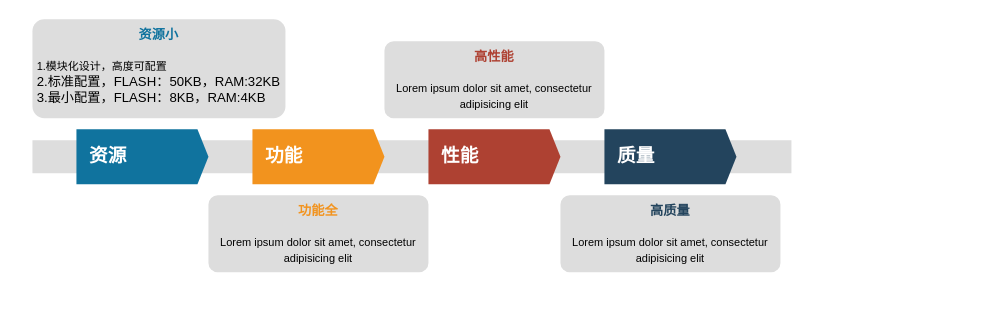
peng-fan/drawio keeps this draw.io diagram as page "第 7 页" (7 of 8) of draw/ppt.drawio. Above is the earlier version. Source tidied: cells renumbered, new cells numbered last; positions are measured from the earlier drawing's top-left corner, leaving out a move shared by most shapes. Both pictures are drawn from the tidied source at 110%, with x=0, y=0 at pixel (32, 19).
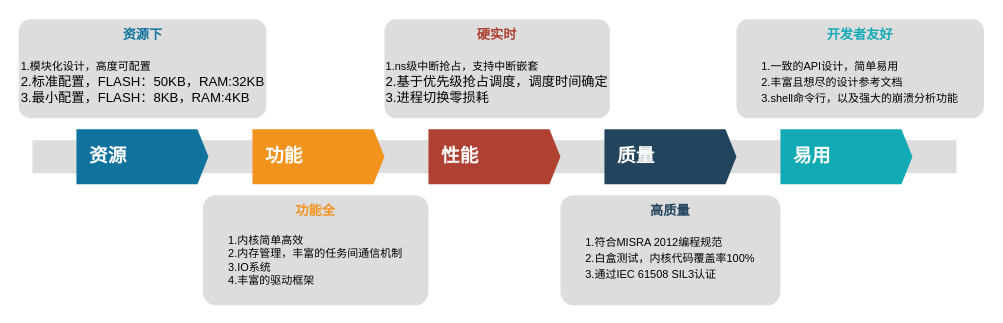
The same diagram, later.

The edit, as a diff of the source:
```diff
@@
 <mxGraphModel>
   <root>
     <mxCell id="0" />
     <mxCell id="1" parent="0" />
-    <mxCell id="2" style="fillColor=#dddddd;rounded=0;strokeColor=none;" parent="1" vertex="1">
-      <mxGeometry y="110" width="690" height="30" as="geometry" />
-    </mxCell>
+    <mxCell id="11" style="fillColor=#dddddd;rounded=0;strokeColor=none;align=center;" parent="1" vertex="1">
+      <mxGeometry y="110" width="840" height="30" as="geometry" />
+    </mxCell>
     <mxCell id="3" value="资源" style="shape=mxgraph.infographic.ribbonSimple;notch1=0;notch2=10;notch=0;html=1;fillColor=#10739E;strokeColor=none;shadow=0;fontSize=17;fontColor=#FFFFFF;align=left;spacingLeft=10;fontStyle=1;" parent="1" vertex="1">
       <mxGeometry x="40" y="100" width="120" height="50" as="geometry" />
     </mxCell>
     <mxCell id="4" value="功能" style="shape=mxgraph.infographic.ribbonSimple;notch1=0;notch2=10;notch=0;html=1;fillColor=#F2931E;strokeColor=none;shadow=0;fontSize=17;fontColor=#FFFFFF;align=left;spacingLeft=10;fontStyle=1;" parent="1" vertex="1">
       <mxGeometry x="200" y="100" width="120" height="50" as="geometry" />
     </mxCell>
     <mxCell id="5" value="性能" style="shape=mxgraph.infographic.ribbonSimple;notch1=0;notch2=10;notch=0;html=1;fillColor=#AE4132;strokeColor=none;shadow=0;fontSize=17;fontColor=#FFFFFF;align=left;spacingLeft=10;fontStyle=1;" parent="1" vertex="1">
       <mxGeometry x="360" y="100" width="120" height="50" as="geometry" />
     </mxCell>
     <mxCell id="6" value="质量" style="shape=mxgraph.infographic.ribbonSimple;notch1=0;notch2=10;notch=0;html=1;fillColor=#23445D;strokeColor=none;shadow=0;fontSize=17;fontColor=#FFFFFF;align=left;spacingLeft=10;fontStyle=1;" parent="1" vertex="1">
       <mxGeometry x="520" y="100" width="120" height="50" as="geometry" />
     </mxCell>
-    <mxCell id="7" value="&lt;blockquote style=&quot;margin: 0 0 0 40px ; border: none ; padding: 0px&quot;&gt;&lt;/blockquote&gt;&lt;b style=&quot;color: rgb(16 , 115 , 158)&quot;&gt;资源小&lt;br&gt;&lt;/b&gt;&lt;br&gt;&lt;div style=&quot;text-align: left&quot;&gt;&lt;span style=&quot;font-size: x-small&quot;&gt;1.模块化设计，高度可配置&lt;/span&gt;&lt;/div&gt;&lt;span&gt;&lt;div style=&quot;text-align: left&quot;&gt;&lt;span&gt;2.标准配置，FLASH：50KB，RAM:32KB&lt;/span&gt;&lt;/div&gt;&lt;/span&gt;&lt;font&gt;&lt;div style=&quot;text-align: left&quot;&gt;&lt;span&gt;3.最小配置，FLASH：8KB，RAM:4KB&lt;/span&gt;&lt;/div&gt;&lt;/font&gt;" style="rounded=1;strokeColor=none;fillColor=#DDDDDD;align=center;arcSize=12;verticalAlign=top;whiteSpace=wrap;html=1;fontSize=12;" parent="1" vertex="1">
-      <mxGeometry width="230" height="90" as="geometry" />
-    </mxCell>
-    <mxCell id="8" value="&lt;font style=&quot;font-size: 10px&quot;&gt;&lt;font style=&quot;font-size: 12px&quot; color=&quot;#F2931E&quot;&gt;&lt;b&gt;功能全&lt;/b&gt;&lt;/font&gt;&lt;br&gt;&lt;br&gt;&lt;font size=&quot;1&quot;&gt;Lorem ipsum dolor sit amet, consectetur adipisicing elit&lt;/font&gt;&lt;/font&gt;" style="rounded=1;strokeColor=none;fillColor=#DDDDDD;align=center;arcSize=12;verticalAlign=top;whiteSpace=wrap;html=1;fontSize=12;" parent="1" vertex="1">
-      <mxGeometry x="160" y="160" width="200" height="70" as="geometry" />
-    </mxCell>
-    <mxCell id="9" value="&lt;font style=&quot;font-size: 10px&quot;&gt;&lt;font style=&quot;font-size: 12px&quot; color=&quot;#AE4132&quot;&gt;&lt;b&gt;高性能&lt;/b&gt;&lt;/font&gt;&lt;br&gt;&lt;br&gt;&lt;font size=&quot;1&quot;&gt;Lorem ipsum dolor sit amet, consectetur adipisicing elit&lt;/font&gt;&lt;/font&gt;" style="rounded=1;strokeColor=none;fillColor=#DDDDDD;align=center;arcSize=12;verticalAlign=top;whiteSpace=wrap;html=1;fontSize=12;" parent="1" vertex="1">
-      <mxGeometry x="320" y="20" width="200" height="70" as="geometry" />
-    </mxCell>
-    <mxCell id="10" value="&lt;font style=&quot;font-size: 10px&quot;&gt;&lt;font style=&quot;font-size: 12px&quot; color=&quot;#23445D&quot;&gt;&lt;b&gt;高质量&lt;/b&gt;&lt;/font&gt;&lt;br&gt;&lt;br&gt;&lt;font size=&quot;1&quot;&gt;Lorem ipsum dolor sit amet, consectetur adipisicing elit&lt;/font&gt;&lt;/font&gt;" style="rounded=1;strokeColor=none;fillColor=#DDDDDD;align=center;arcSize=12;verticalAlign=top;whiteSpace=wrap;html=1;fontSize=12;" parent="1" vertex="1">
-      <mxGeometry x="480" y="160" width="200" height="70" as="geometry" />
-    </mxCell>
+    <mxCell id="12" value="易用" style="shape=mxgraph.infographic.ribbonSimple;notch1=0;notch2=10;notch=0;html=1;fillColor=#12AAB5;strokeColor=none;shadow=0;fontSize=17;fontColor=#FFFFFF;align=left;spacingLeft=10;fontStyle=1;" parent="1" vertex="1">
+      <mxGeometry x="680" y="100" width="120" height="50" as="geometry" />
+    </mxCell>
+    <mxCell id="13" value="&lt;font style=&quot;font-size: 10px&quot;&gt;&lt;font style=&quot;font-size: 12px&quot; color=&quot;#10739E&quot;&gt;&lt;b&gt;资源下&lt;/b&gt;&lt;/font&gt;&lt;br&gt;&lt;br style=&quot;font-size: 12px&quot;&gt;&lt;div style=&quot;font-size: 12px ; text-align: left&quot;&gt;&lt;span style=&quot;font-size: x-small&quot;&gt;1.模块化设计，高度可配置&lt;/span&gt;&lt;/div&gt;&lt;span style=&quot;font-size: 12px&quot;&gt;&lt;div style=&quot;text-align: left&quot;&gt;2.标准配置，FLASH：50KB，RAM:32KB&lt;/div&gt;&lt;/span&gt;&lt;font style=&quot;font-size: 12px&quot;&gt;&lt;div style=&quot;text-align: left&quot;&gt;3.最小配置，FLASH：8KB，RAM:4KB&lt;/div&gt;&lt;/font&gt;&lt;/font&gt;" style="rounded=1;strokeColor=none;fillColor=#DDDDDD;align=center;arcSize=12;verticalAlign=top;whiteSpace=wrap;html=1;fontSize=12;" parent="1" vertex="1">
+      <mxGeometry x="-12.5" width="225" height="90" as="geometry" />
+    </mxCell>
+    <mxCell id="14" value="&lt;font style=&quot;font-size: 10px&quot;&gt;&lt;font style=&quot;font-size: 12px&quot; color=&quot;#F2931E&quot;&gt;&lt;b&gt;功能全&lt;/b&gt;&lt;/font&gt;&lt;br&gt;&lt;br&gt;&lt;div style=&quot;text-align: left&quot;&gt;&lt;span style=&quot;font-size: x-small&quot;&gt;1.内核简单高效&lt;/span&gt;&lt;/div&gt;&lt;font size=&quot;1&quot;&gt;&lt;div style=&quot;text-align: left&quot;&gt;&lt;span&gt;2.内存管理，丰富的任务间通信机制&lt;/span&gt;&lt;/div&gt;&lt;div style=&quot;text-align: left&quot;&gt;&lt;span&gt;3.IO系统&lt;/span&gt;&lt;/div&gt;&lt;div style=&quot;text-align: left&quot;&gt;&lt;span&gt;4.丰富的驱动框架&lt;/span&gt;&lt;/div&gt;&lt;/font&gt;&lt;/font&gt;" style="rounded=1;strokeColor=none;fillColor=#DDDDDD;align=center;arcSize=12;verticalAlign=top;whiteSpace=wrap;html=1;fontSize=12;" parent="1" vertex="1">
+      <mxGeometry x="155" y="160" width="205" height="100" as="geometry" />
+    </mxCell>
+    <mxCell id="15" value="&lt;font&gt;&lt;font style=&quot;font-size: 12px&quot; color=&quot;#AE4132&quot;&gt;&lt;b&gt;硬实时&lt;/b&gt;&lt;/font&gt;&lt;br&gt;&lt;br&gt;&lt;div style=&quot;text-align: left&quot;&gt;&lt;span style=&quot;font-size: x-small&quot;&gt;1.ns级中断抢占，支持中断嵌套&lt;/span&gt;&lt;/div&gt;&lt;font size=&quot;1&quot;&gt;&lt;div style=&quot;text-align: left&quot;&gt;&lt;span style=&quot;font-size: 12px&quot;&gt;2.基于优先级抢占调度，调度时间确定&lt;/span&gt;&lt;/div&gt;&lt;div style=&quot;text-align: left&quot;&gt;&lt;span style=&quot;font-size: 12px&quot;&gt;3.进程切换零损耗&lt;/span&gt;&lt;/div&gt;&lt;/font&gt;&lt;/font&gt;" style="rounded=1;strokeColor=none;fillColor=#DDDDDD;align=center;arcSize=12;verticalAlign=top;whiteSpace=wrap;html=1;fontSize=12;" parent="1" vertex="1">
+      <mxGeometry x="320" width="205" height="90" as="geometry" />
+    </mxCell>
+    <mxCell id="16" value="&lt;font&gt;&lt;font color=&quot;#23445d&quot;&gt;&lt;b&gt;高质量&lt;/b&gt;&lt;/font&gt;&lt;br&gt;&lt;br&gt;&lt;div style=&quot;text-align: left&quot;&gt;&lt;span style=&quot;font-size: 10px&quot;&gt;1.符合MISRA 2012编程规范&lt;/span&gt;&lt;/div&gt;&lt;div style=&quot;text-align: left&quot;&gt;&lt;span style=&quot;font-size: 10px&quot;&gt;2.白盒测试，内核代码覆盖率100%&lt;/span&gt;&lt;/div&gt;&lt;div style=&quot;text-align: left&quot;&gt;&lt;span style=&quot;font-size: 10px&quot;&gt;3.通过IEC 61508 SIL3认证&lt;/span&gt;&lt;/div&gt;&lt;/font&gt;" style="rounded=1;strokeColor=none;fillColor=#DDDDDD;align=center;arcSize=12;verticalAlign=top;whiteSpace=wrap;html=1;fontSize=12;" parent="1" vertex="1">
+      <mxGeometry x="480" y="160" width="200" height="100" as="geometry" />
+    </mxCell>
+    <mxCell id="17" value="&lt;font&gt;&lt;font color=&quot;#12aab5&quot;&gt;&lt;b&gt;开发者友好&lt;/b&gt;&lt;/font&gt;&lt;br&gt;&lt;br&gt;&lt;div style=&quot;text-align: left&quot;&gt;&lt;span style=&quot;font-size: 10px&quot;&gt;1.一致的API设计，简单易用&lt;/span&gt;&lt;/div&gt;&lt;div style=&quot;text-align: left&quot;&gt;&lt;span style=&quot;font-size: 10px&quot;&gt;2.丰富且想尽的设计参考文档&lt;/span&gt;&lt;/div&gt;&lt;div style=&quot;text-align: left&quot;&gt;&lt;span style=&quot;font-size: 10px&quot;&gt;3.shell命令行，以及强大的崩溃分析功能&lt;/span&gt;&lt;/div&gt;&lt;/font&gt;" style="rounded=1;strokeColor=none;fillColor=#DDDDDD;align=center;arcSize=12;verticalAlign=top;whiteSpace=wrap;html=1;fontSize=12;" parent="1" vertex="1">
+      <mxGeometry x="640" width="225" height="90" as="geometry" />
+    </mxCell>
   </root>
 </mxGraphModel>
```
